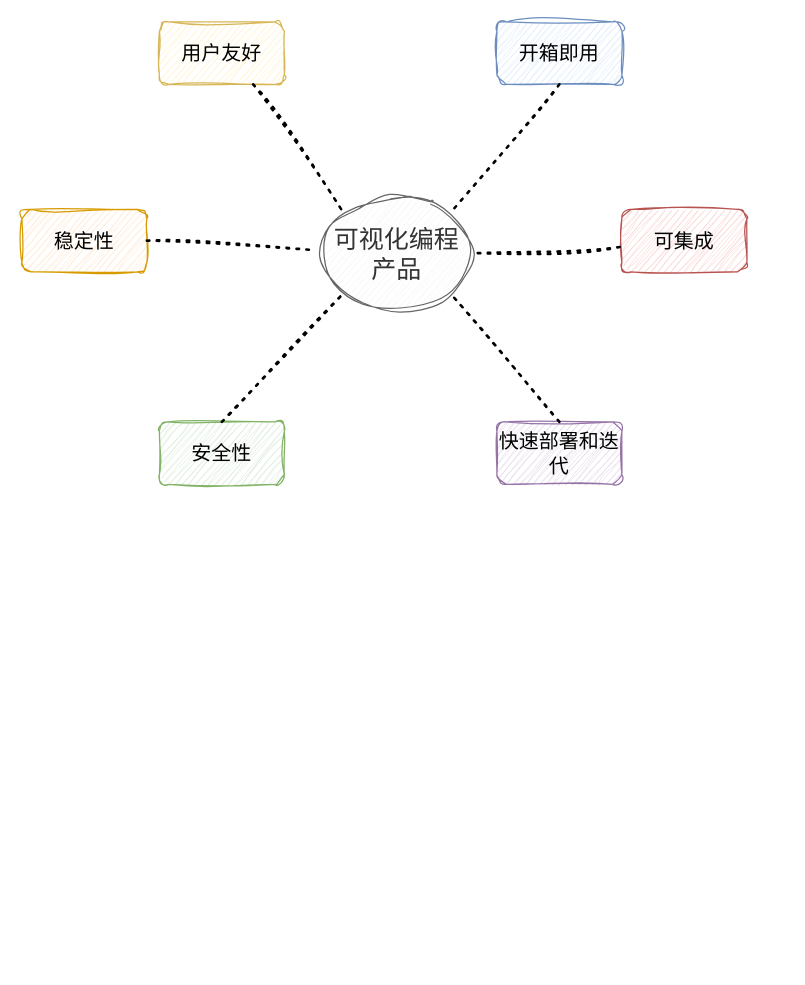
Above: 低代码——需求分析——可视化编程需求.drawio in tangyaosimida/love (draw.io), before the change. Source tidied: cells renumbered, new cells numbered last; positions are measured from the earlier drawing's top-left corner, leaving out a move shared by most shapes. Both pictures are drawn from the tidied source at 125%, with x=0, y=0 at pixel (21, 21).
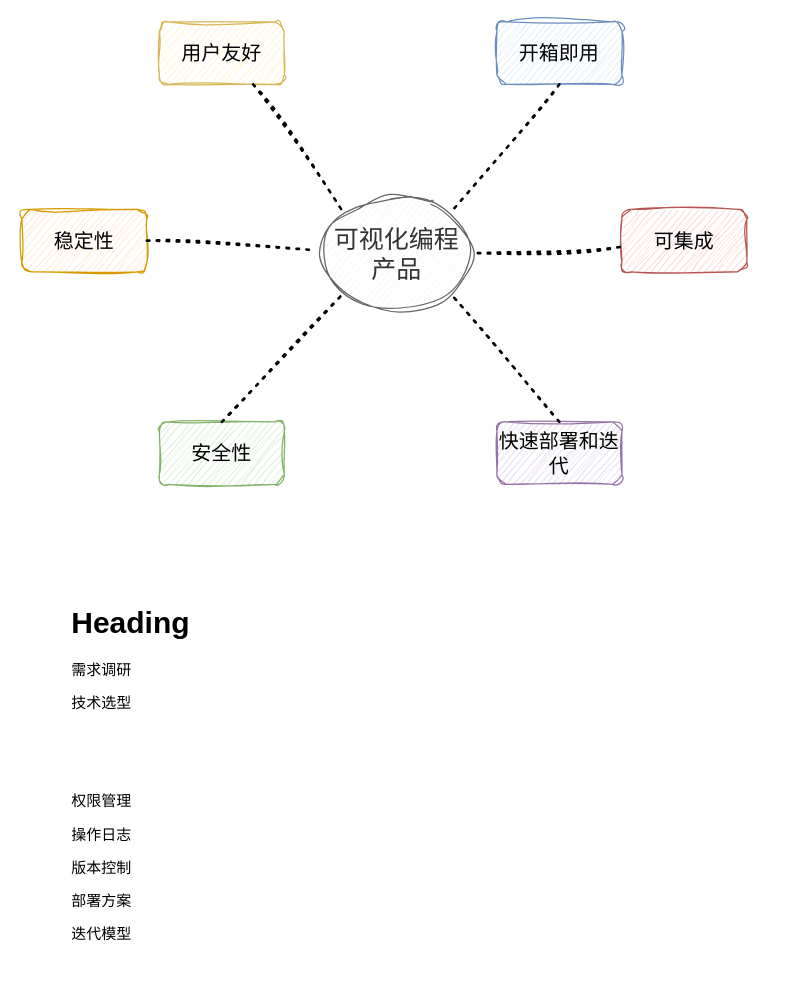
Above is the later version.

Commit message (it also covers changes not shown here):
更新低代码——需求分析——可视化编程需求.drawio

What changed in the source:
```diff
@@
 <mxGraphModel>
   <root>
     <mxCell id="0" />
     <mxCell id="1" parent="0" />
     <mxCell id="2" value="&lt;font style=&quot;font-size: 16px;&quot;&gt;开箱即用&lt;/font&gt;" style="rounded=1;whiteSpace=wrap;html=1;fontSize=16;fillColor=#dae8fc;strokeColor=#6c8ebf;sketch=1;curveFitting=1;jiggle=2;" parent="1" vertex="1">
       <mxGeometry x="380" width="100" height="50" as="geometry" />
     </mxCell>
     <mxCell id="3" value="&lt;font style=&quot;font-size: 16px;&quot;&gt;用户友好&lt;/font&gt;" style="rounded=1;whiteSpace=wrap;html=1;fontSize=16;fillColor=#fff2cc;strokeColor=#d6b656;sketch=1;curveFitting=1;jiggle=2;" parent="1" vertex="1">
       <mxGeometry x="110" width="100" height="50" as="geometry" />
     </mxCell>
     <mxCell id="4" value="&lt;span style=&quot;font-size: 16px;&quot;&gt;快速部署和迭代&lt;/span&gt;" style="rounded=1;whiteSpace=wrap;html=1;fontSize=16;fillColor=#e1d5e7;strokeColor=#9673a6;sketch=1;curveFitting=1;jiggle=2;" parent="1" vertex="1">
       <mxGeometry x="380" y="320" width="100" height="50" as="geometry" />
     </mxCell>
     <mxCell id="5" value="安全性" style="rounded=1;whiteSpace=wrap;html=1;fontSize=16;fillColor=#d5e8d4;strokeColor=#82b366;sketch=1;curveFitting=1;jiggle=2;" parent="1" vertex="1">
       <mxGeometry x="110" y="320" width="100" height="50" as="geometry" />
     </mxCell>
     <mxCell id="6" value="稳定性" style="rounded=1;whiteSpace=wrap;html=1;fontSize=16;fillColor=#ffe6cc;strokeColor=#d79b00;sketch=1;curveFitting=1;jiggle=2;" parent="1" vertex="1">
       <mxGeometry y="150" width="100" height="50" as="geometry" />
     </mxCell>
     <mxCell id="7" value="可集成" style="rounded=1;whiteSpace=wrap;html=1;fontSize=16;fillColor=#f8cecc;strokeColor=#b85450;sketch=1;curveFitting=1;jiggle=2;" parent="1" vertex="1">
       <mxGeometry x="480" y="150" width="100" height="50" as="geometry" />
     </mxCell>
     <mxCell id="8" value="&lt;span style=&quot;color: rgb(51, 51, 51);&quot;&gt;&lt;font style=&quot;font-size: 20px;&quot;&gt;可视化编程产品&lt;/font&gt;&lt;/span&gt;" style="ellipse;whiteSpace=wrap;html=1;fillColor=#f5f5f5;fontColor=#333333;strokeColor=#666666;sketch=1;curveFitting=1;jiggle=2;" parent="1" vertex="1">
       <mxGeometry x="240" y="140" width="120" height="90" as="geometry" />
     </mxCell>
     <mxCell id="9" style="endArrow=none;dashed=1;html=1;dashPattern=1 3;strokeWidth=2;rounded=0;exitX=0.75;exitY=1;exitDx=0;exitDy=0;entryX=0;entryY=0;entryDx=0;entryDy=0;sketch=1;curveFitting=1;jiggle=2;" parent="1" edge="1" source="3" target="8">
       <mxGeometry relative="1" as="geometry" />
     </mxCell>
     <mxCell id="10" style="endArrow=none;dashed=1;html=1;dashPattern=1 3;strokeWidth=2;rounded=0;exitX=0.5;exitY=1;exitDx=0;exitDy=0;entryX=1;entryY=0;entryDx=0;entryDy=0;sketch=1;curveFitting=1;jiggle=2;" parent="1" edge="1" source="2" target="8">
       <mxGeometry relative="1" as="geometry" />
     </mxCell>
     <mxCell id="11" style="endArrow=none;dashed=1;html=1;dashPattern=1 3;strokeWidth=2;rounded=0;exitX=-0.017;exitY=0.601;exitDx=0;exitDy=0;entryX=1;entryY=0.5;entryDx=0;entryDy=0;exitPerimeter=0;sketch=1;curveFitting=1;jiggle=2;" parent="1" edge="1" source="7" target="8">
       <mxGeometry relative="1" as="geometry" />
     </mxCell>
     <mxCell id="12" style="endArrow=none;dashed=1;html=1;dashPattern=1 3;strokeWidth=2;rounded=0;exitX=0.5;exitY=0;exitDx=0;exitDy=0;entryX=1;entryY=1;entryDx=0;entryDy=0;sketch=1;curveFitting=1;jiggle=2;" parent="1" edge="1" source="4" target="8">
       <mxGeometry relative="1" as="geometry" />
     </mxCell>
     <mxCell id="13" style="endArrow=none;dashed=1;html=1;dashPattern=1 3;strokeWidth=2;rounded=0;exitX=0.5;exitY=0;exitDx=0;exitDy=0;entryX=0;entryY=1;entryDx=0;entryDy=0;sketch=1;curveFitting=1;jiggle=2;" parent="1" edge="1" source="5" target="8">
       <mxGeometry relative="1" as="geometry" />
     </mxCell>
     <mxCell id="14" style="endArrow=none;dashed=1;html=1;dashPattern=1 3;strokeWidth=2;rounded=0;exitX=1;exitY=0.5;exitDx=0;exitDy=0;entryX=-0.037;entryY=0.475;entryDx=0;entryDy=0;entryPerimeter=0;sketch=1;curveFitting=1;jiggle=2;" parent="1" edge="1" source="6" target="8">
       <mxGeometry relative="1" as="geometry" />
     </mxCell>
+    <mxCell id="15" value="&lt;h1 style=&quot;margin-top: 0px;&quot;&gt;Heading&lt;/h1&gt;&lt;p&gt;需求调研&lt;/p&gt;&lt;p&gt;技术选型&lt;/p&gt;&lt;p&gt;&lt;br&gt;&lt;/p&gt;&lt;p&gt;&lt;br&gt;&lt;/p&gt;&lt;p&gt;权限管理&lt;/p&gt;&lt;p&gt;操作日志&lt;/p&gt;&lt;p&gt;版本控制&lt;/p&gt;&lt;p&gt;部署方案&lt;/p&gt;&lt;p&gt;迭代模型&lt;/p&gt;" style="text;html=1;whiteSpace=wrap;overflow=hidden;rounded=0;" parent="1" vertex="1">
+      <mxGeometry x="38" y="460" width="571" height="290" as="geometry" />
+    </mxCell>
   </root>
 </mxGraphModel>
```
